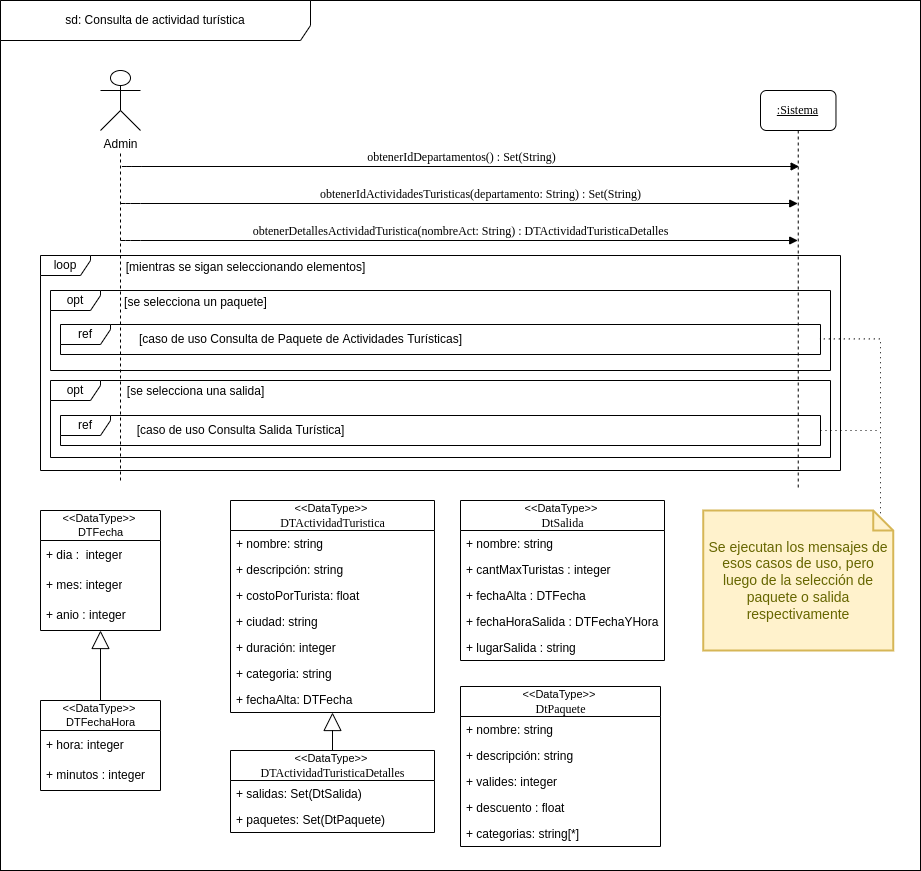
This is docs/Iteración 2/Análisis/DSS Estación de trabajo/ConsultaDeActividadTuristicaDSS.png from FacundoDiaz00/Taller-de-Programaci-n, a draw.io export, as it was before one commit. Source tidied: cells renumbered, new cells last; positions are measured from the earlier drawing's top-left corner, leaving out a move shared by most shapes.
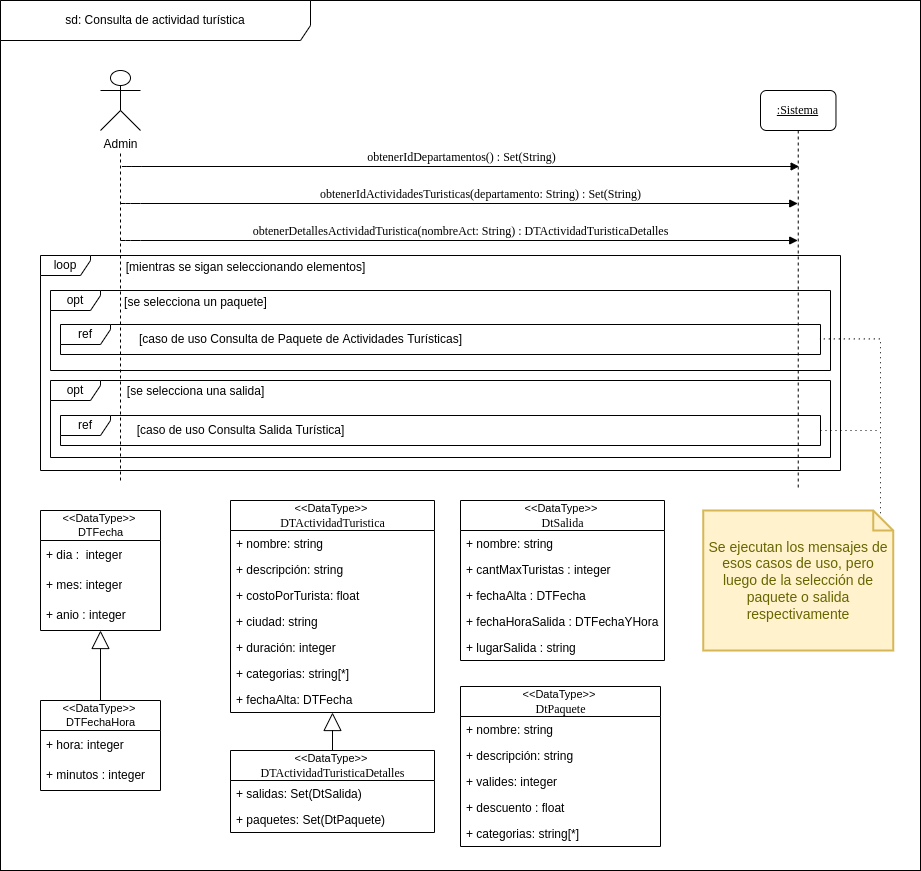
Above is the later version.

The edit, as a diff of the source:
```diff
@@ -64,7 +64,7 @@
     <mxCell id="17" value="+ duración: integer" style="text;strokeColor=none;fillColor=none;align=left;verticalAlign=top;spacingLeft=4;spacingRight=4;overflow=hidden;" parent="12" vertex="1">
       <mxGeometry y="134" width="204" height="26" as="geometry" />
     </mxCell>
-    <mxCell id="18" value="+ categoria: string" style="text;strokeColor=none;fillColor=none;align=left;verticalAlign=top;spacingLeft=4;spacingRight=4;overflow=hidden;" parent="12" vertex="1">
+    <mxCell id="18" value="+ categorias: string[*]" style="text;strokeColor=none;fillColor=none;align=left;verticalAlign=top;spacingLeft=4;spacingRight=4;overflow=hidden;" parent="12" vertex="1">
       <mxGeometry y="160" width="204" height="26" as="geometry" />
     </mxCell>
     <mxCell id="19" value="+ fechaAlta: DTFecha" style="text;strokeColor=none;fillColor=none;align=left;verticalAlign=top;spacingLeft=4;spacingRight=4;overflow=hidden;" parent="12" vertex="1">
```
